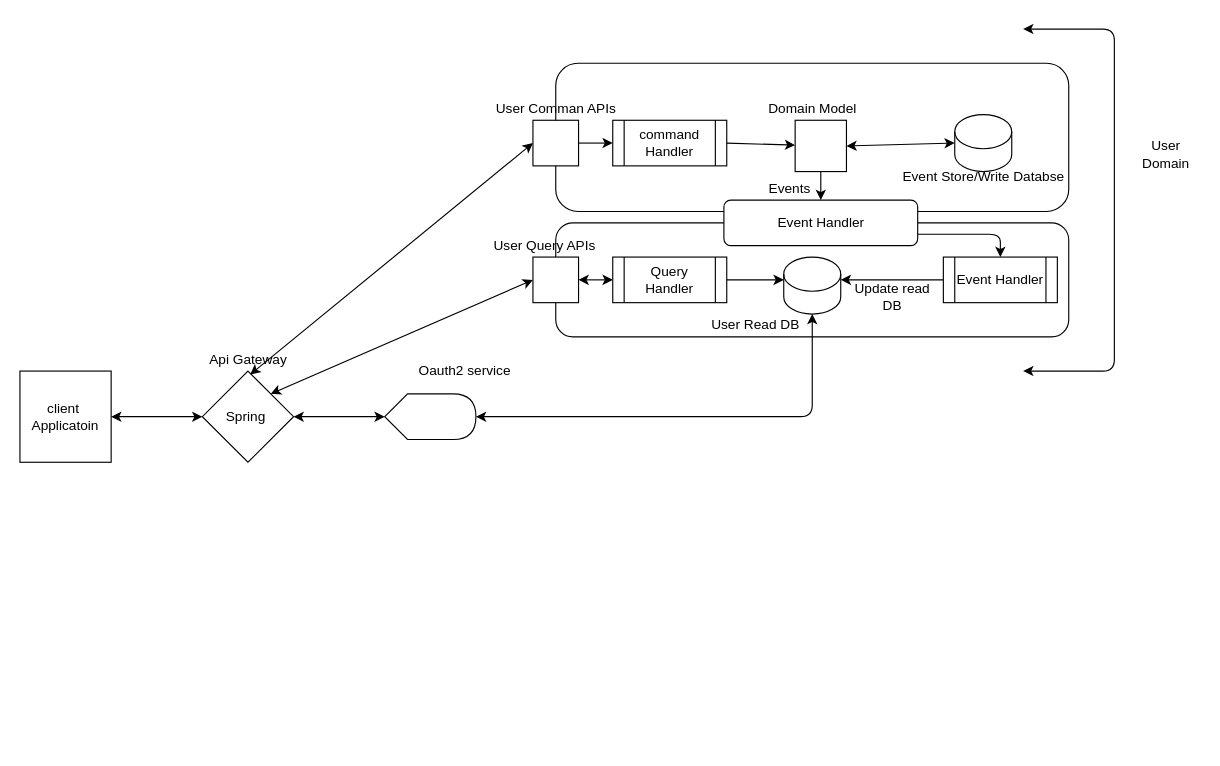
Earlier version of the draw.io diagram Untitled Diagram.drawio (jaskirat13/CQRS). Source tidied: cells renumbered, new cells numbered last; positions are measured from the earlier drawing's top-left corner, leaving out a move shared by most shapes. Both pictures are drawn from the tidied source at 114%, with x=0, y=0 at pixel (19, 28).
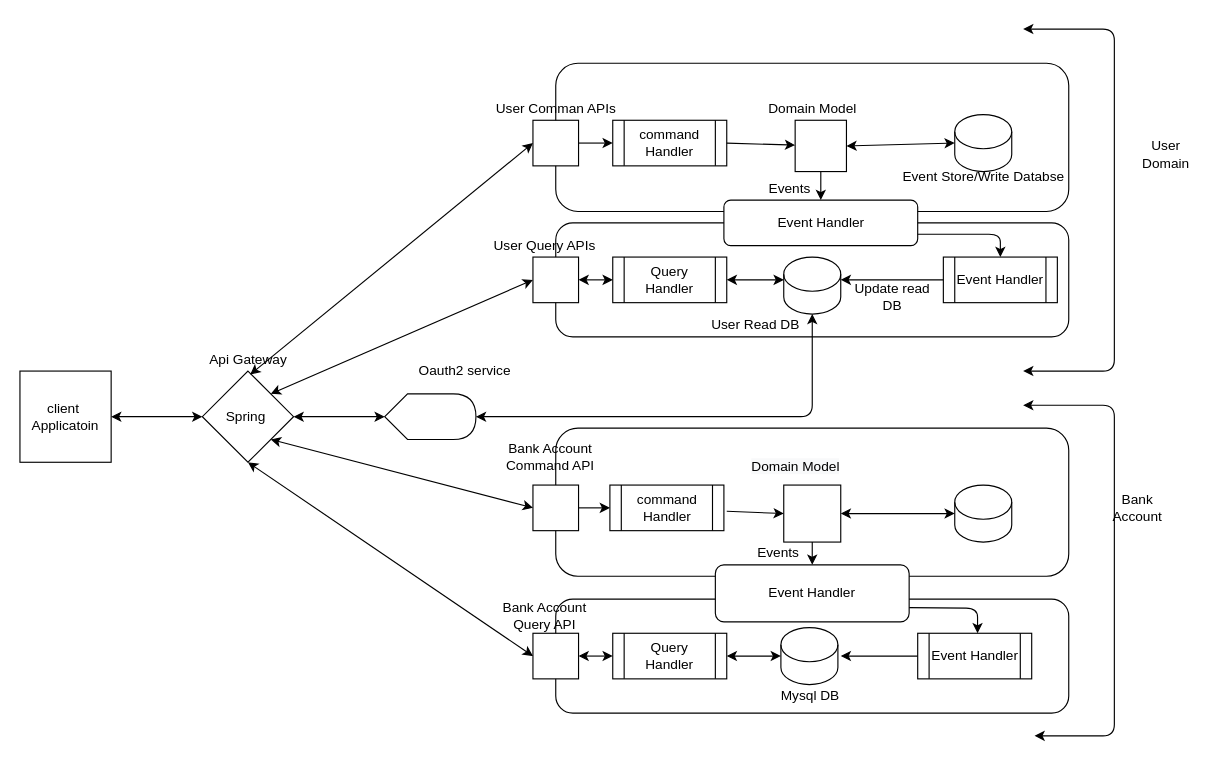
The same page after the edit.

Commit message:
Bank Account UML

The change refers to these unchanged cells:
```xml
<mxCell id="3" value="Spring&amp;nbsp;" style="rhombus;whiteSpace=wrap;html=1;" parent="1" vertex="1">
  <mxGeometry x="160" y="300" width="80" height="80" as="geometry" />
</mxCell>
<mxCell id="14" value="Query Handler&lt;br&gt;" style="shape=process;whiteSpace=wrap;html=1;backgroundOutline=1;" parent="1" vertex="1">
  <mxGeometry x="520" y="200" width="100" height="40" as="geometry" />
</mxCell>
<mxCell id="15" style="shape=cylinder3;whiteSpace=wrap;html=1;boundedLbl=1;backgroundOutline=1;size=15;" parent="1" vertex="1">
  <mxGeometry x="670" y="200" width="50" height="50" as="geometry" />
</mxCell>
```

Diff of the diagram source:
```diff
@@
-    <mxCell id="36" style="endArrow=classic;html=1;entryX=0;entryY=0;entryDx=0;entryDy=20;entryPerimeter=0;exitX=1;exitY=0.5;exitDx=0;exitDy=0;" parent="1" edge="1" source="14" target="15">
-      <mxGeometry relative="1" as="geometry" />
-    </mxCell>
@@
+    <mxCell id="40" style="rounded=1;whiteSpace=wrap;html=1;" parent="1" vertex="1">
+      <mxGeometry x="470" y="350" width="450" height="130" as="geometry" />
+    </mxCell>
+    <mxCell id="41" style="whiteSpace=wrap;html=1;" parent="1" vertex="1">
+      <mxGeometry x="450" y="400" width="40" height="40" as="geometry" />
+    </mxCell>
+    <mxCell id="42" value="command&lt;br&gt;Handler" style="shape=process;whiteSpace=wrap;html=1;backgroundOutline=1;" parent="1" vertex="1">
+      <mxGeometry x="517.5" y="400" width="100" height="40" as="geometry" />
+    </mxCell>
+    <mxCell id="43" style="whiteSpace=wrap;html=1;" parent="1" vertex="1">
+      <mxGeometry x="670" y="400" width="50" height="50" as="geometry" />
+    </mxCell>
+    <mxCell id="44" style="shape=cylinder3;whiteSpace=wrap;html=1;boundedLbl=1;backgroundOutline=1;size=15;" parent="1" vertex="1">
+      <mxGeometry x="820" y="400" width="50" height="50" as="geometry" />
+    </mxCell>
+    <mxCell id="45" value="Bank Account&lt;br&gt;Command API" style="text;html=1;align=center;verticalAlign=middle;strokeColor=none;" parent="1" vertex="1">
+      <mxGeometry x="420" y="360" width="90" height="30" as="geometry" />
+    </mxCell>
+    <mxCell id="46" style="rounded=1;whiteSpace=wrap;html=1;" parent="1" vertex="1">
+      <mxGeometry x="470" y="500" width="450" height="100" as="geometry" />
+    </mxCell>
+    <mxCell id="47" value="Event Handler" style="rounded=1;whiteSpace=wrap;html=1;" parent="1" vertex="1">
+      <mxGeometry x="610" y="470" width="170" height="50" as="geometry" />
+    </mxCell>
+    <mxCell id="48" style="endArrow=classic;startArrow=classic;html=1;exitX=1;exitY=1;exitDx=0;exitDy=0;entryX=0;entryY=0.5;entryDx=0;entryDy=0;" parent="1" edge="1" source="3" target="41">
+      <mxGeometry relative="1" as="geometry" />
+    </mxCell>
+    <mxCell id="49" style="endArrow=classic;html=1;exitX=1;exitY=0.5;exitDx=0;exitDy=0;entryX=0;entryY=0.5;entryDx=0;entryDy=0;" parent="1" edge="1" source="41" target="42">
+      <mxGeometry relative="1" as="geometry" />
+    </mxCell>
+    <mxCell id="50" style="endArrow=classic;html=1;entryX=0;entryY=0.5;entryDx=0;entryDy=0;" parent="1" edge="1" target="43">
+      <mxGeometry relative="1" as="geometry">
+        <mxPoint x="620" y="423" as="sourcePoint" />
+      </mxGeometry>
+    </mxCell>
+    <mxCell id="51" style="endArrow=classic;startArrow=classic;html=1;entryX=0;entryY=0.5;entryDx=0;entryDy=0;entryPerimeter=0;" parent="1" edge="1" target="44">
+      <mxGeometry relative="1" as="geometry">
+        <mxPoint x="720" y="425" as="sourcePoint" />
+      </mxGeometry>
+    </mxCell>
+    <mxCell id="52" style="whiteSpace=wrap;html=1;" parent="1" vertex="1">
+      <mxGeometry x="450" y="530" width="40" height="40" as="geometry" />
+    </mxCell>
+    <mxCell id="53" value="Query&lt;br&gt;Handler" style="shape=process;whiteSpace=wrap;html=1;backgroundOutline=1;" parent="1" vertex="1">
+      <mxGeometry x="520" y="530" width="100" height="40" as="geometry" />
+    </mxCell>
+    <mxCell id="54" style="shape=cylinder3;whiteSpace=wrap;html=1;boundedLbl=1;backgroundOutline=1;size=15;" parent="1" vertex="1">
+      <mxGeometry x="667.5" y="525" width="50" height="50" as="geometry" />
+    </mxCell>
+    <mxCell id="55" value="Event Handler" style="shape=process;whiteSpace=wrap;html=1;backgroundOutline=1;" parent="1" vertex="1">
+      <mxGeometry x="787.5" y="530" width="100" height="40" as="geometry" />
+    </mxCell>
+    <mxCell id="36" style="endArrow=classic;startArrow=classic;html=1;entryX=0;entryY=0;entryDx=0;entryDy=20;entryPerimeter=0;exitX=1;exitY=0.5;exitDx=0;exitDy=0;" parent="1" edge="1" source="14" target="15">
+      <mxGeometry relative="1" as="geometry" />
+    </mxCell>
+    <mxCell id="56" value="&lt;span style=&quot;color: rgb(0, 0, 0); font-family: helvetica; font-size: 12px; font-style: normal; font-weight: 400; letter-spacing: normal; text-align: center; text-indent: 0px; text-transform: none; word-spacing: 0px; background-color: rgb(248, 249, 250); display: inline; float: none;&quot;&gt;Domain Model&lt;/span&gt;" style="text;whiteSpace=wrap;html=1;" parent="1" vertex="1">
+      <mxGeometry x="640" y="370" width="100" height="30" as="geometry" />
+    </mxCell>
+    <mxCell id="57" style="endArrow=classic;html=1;exitX=0.5;exitY=1;exitDx=0;exitDy=0;entryX=0.5;entryY=0;entryDx=0;entryDy=0;" parent="1" edge="1" source="43" target="47">
+      <mxGeometry relative="1" as="geometry" />
+    </mxCell>
+    <mxCell id="58" value="Events&lt;br&gt;" style="text;html=1;align=center;verticalAlign=middle;strokeColor=none;" parent="1" vertex="1">
+      <mxGeometry x="640" y="450" width="50" height="20" as="geometry" />
+    </mxCell>
+    <mxCell id="59" style="endArrow=classic;html=1;exitX=1;exitY=0.75;exitDx=0;exitDy=0;" parent="1" edge="1" source="47">
+      <mxGeometry relative="1" as="geometry">
+        <mxPoint x="840" y="530" as="targetPoint" />
+        <Array as="points">
+          <mxPoint x="840" y="508" />
+        </Array>
+      </mxGeometry>
+    </mxCell>
+    <mxCell id="60" style="endArrow=classic;html=1;exitX=0;exitY=0.5;exitDx=0;exitDy=0;" parent="1" edge="1" source="55">
+      <mxGeometry relative="1" as="geometry">
+        <mxPoint x="720" y="550" as="targetPoint" />
+      </mxGeometry>
+    </mxCell>
+    <mxCell id="61" style="endArrow=classic;startArrow=classic;html=1;entryX=0.5;entryY=1;entryDx=0;entryDy=0;exitX=0;exitY=0.5;exitDx=0;exitDy=0;" parent="1" edge="1" source="52" target="3">
+      <mxGeometry relative="1" as="geometry" />
+    </mxCell>
+    <mxCell id="62" style="endArrow=classic;startArrow=classic;html=1;exitX=1;exitY=0.5;exitDx=0;exitDy=0;entryX=0;entryY=0.5;entryDx=0;entryDy=0;" parent="1" edge="1" source="52" target="53">
+      <mxGeometry relative="1" as="geometry" />
+    </mxCell>
+    <mxCell id="63" style="endArrow=classic;startArrow=classic;html=1;exitX=1;exitY=0.5;exitDx=0;exitDy=0;entryX=0;entryY=0.5;entryDx=0;entryDy=0;entryPerimeter=0;" parent="1" edge="1" source="53" target="54">
+      <mxGeometry relative="1" as="geometry" />
+    </mxCell>
+    <mxCell id="64" value="Bank Account&lt;br&gt;Query API" style="text;html=1;align=center;verticalAlign=middle;strokeColor=none;" parent="1" vertex="1">
+      <mxGeometry x="415" y="500" width="90" height="30" as="geometry" />
+    </mxCell>
+    <mxCell id="65" value="Mysql DB" style="text;html=1;align=center;verticalAlign=middle;strokeColor=none;" parent="1" vertex="1">
+      <mxGeometry x="657.5" y="575" width="70" height="20" as="geometry" />
+    </mxCell>
+    <mxCell id="66" style="endArrow=classic;startArrow=classic;html=1;" parent="1" edge="1">
+      <mxGeometry relative="1" as="geometry">
+        <mxPoint x="890" y="620" as="sourcePoint" />
+        <mxPoint x="880" y="330" as="targetPoint" />
+        <Array as="points">
+          <mxPoint x="960" y="620" />
+          <mxPoint x="960" y="330" />
+        </Array>
+      </mxGeometry>
+    </mxCell>
+    <mxCell id="67" value="Bank &lt;br&gt;Account" style="text;html=1;align=center;verticalAlign=middle;strokeColor=none;" parent="1" vertex="1">
+      <mxGeometry x="950" y="405" width="60" height="30" as="geometry" />
+    </mxCell>
```
